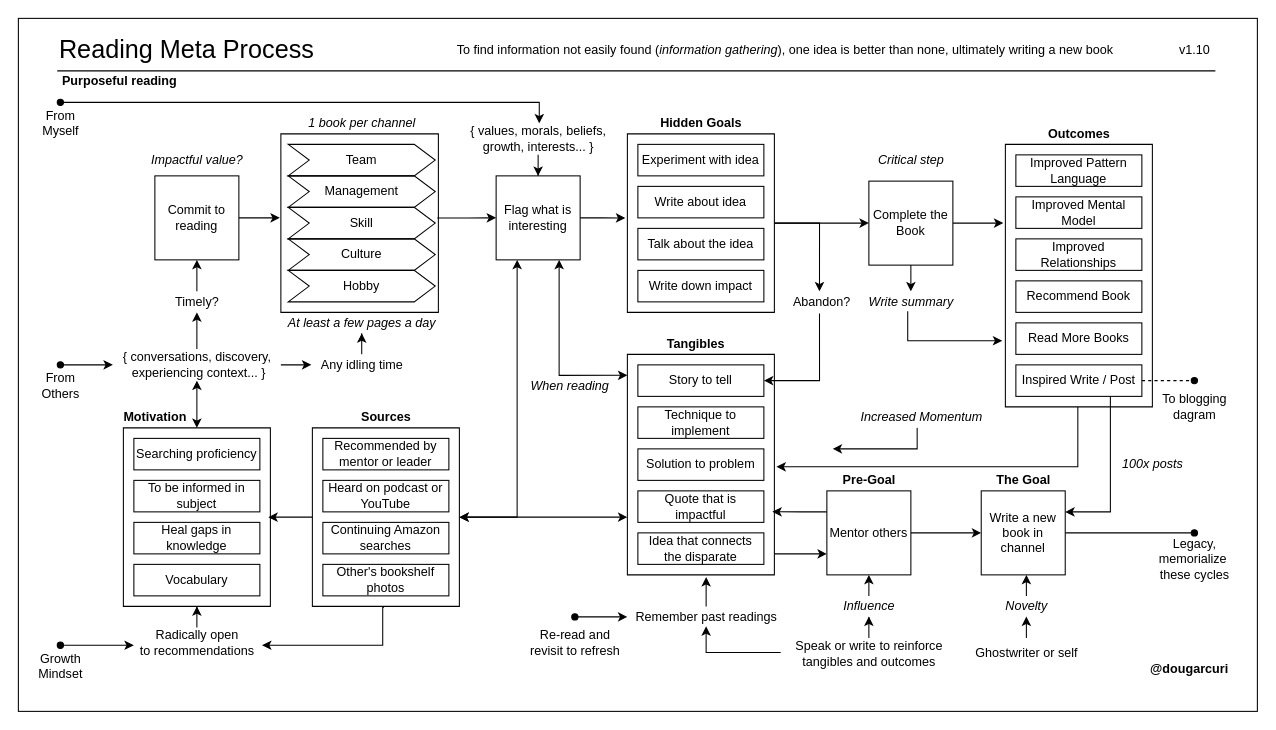
Above: page "reading-process" (1 of 8) of books/diagrams/reading-process.drawio in solidi/learning-notes (draw.io), before the change. Source tidied: cells renumbered, new cells numbered last; positions are measured from the earlier drawing's top-left corner, leaving out a move shared by most shapes. Both pictures are drawn from the tidied source at 105%, with x=0, y=0 at pixel (18, 18).
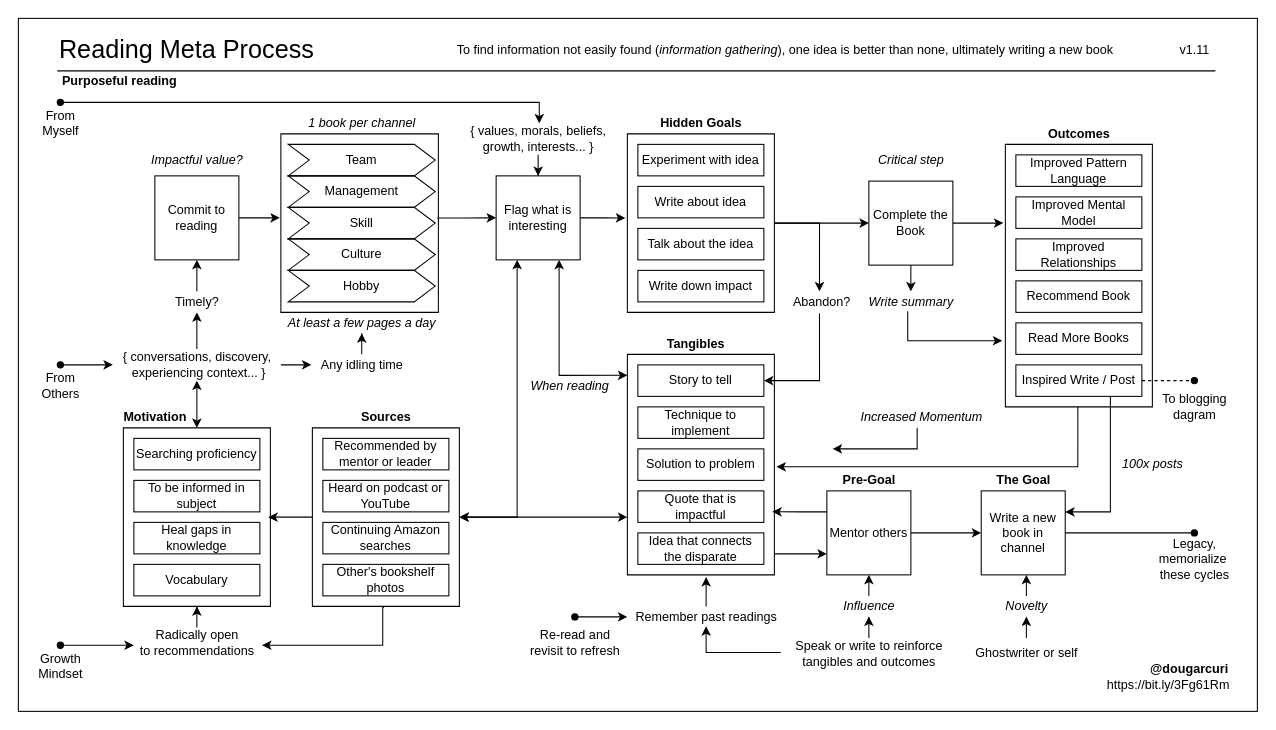
The same diagram, later.

Commit message (it also covers changes not shown here):
Add bitly link to the reading meta process

What changed in the source:
```diff
@@
-    <mxCell id="21" value="v1.10" style="text;html=1;align=center;verticalAlign=middle;" parent="1" vertex="1">
+    <mxCell id="21" value="v1.11" style="text;html=1;align=center;verticalAlign=middle;" parent="1" vertex="1">
       <mxGeometry x="1100" y="20" width="40" height="20" as="geometry" />
     </mxCell>
@@
+    <mxCell id="119" value="https://bit.ly/3Fg61Rm" style="text;html=1;align=center;verticalAlign=middle;strokeColor=none;fillColor=none;" parent="1" vertex="1">
+      <mxGeometry x="1030" y="625" width="130" height="20" as="geometry" />
+    </mxCell>
```
